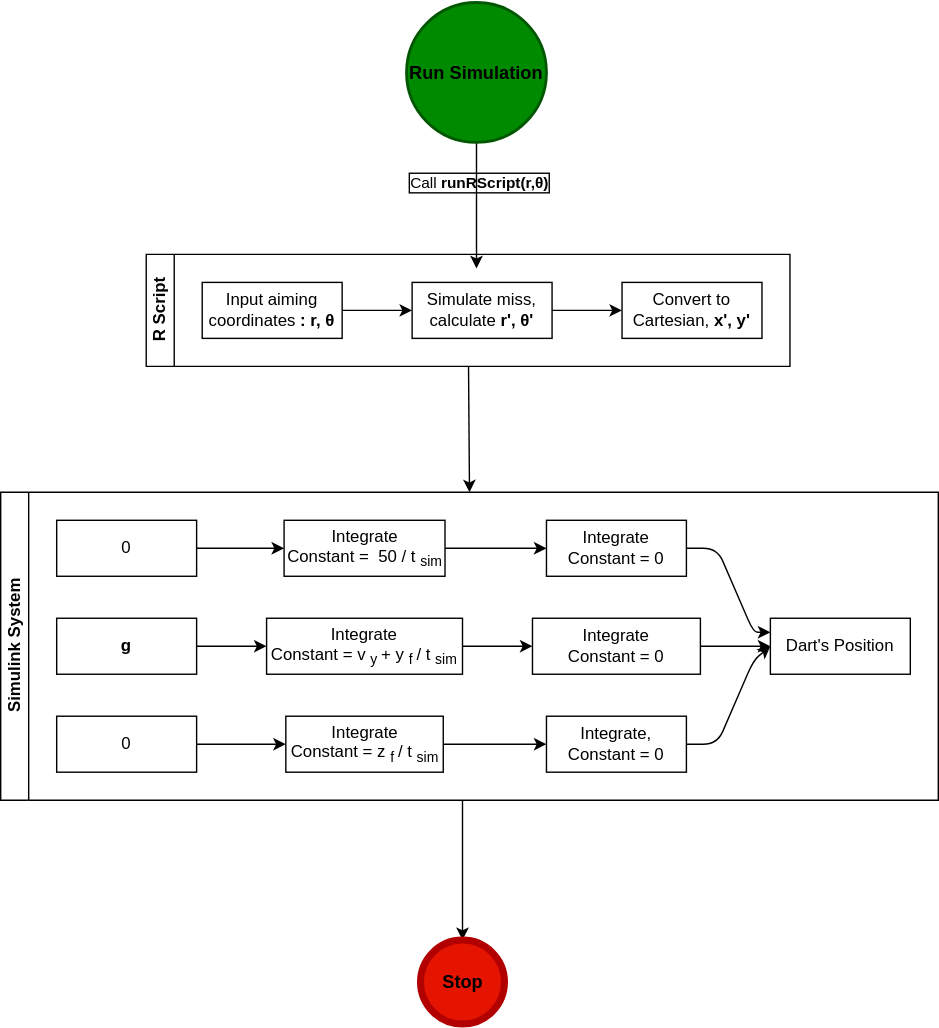
The draw.io diagram img/projFlow.drawio.svg in ojaroker/Darts, before a commit. Source tidied: cells renumbered, new cells last; positions are measured from the earlier drawing's top-left corner, leaving out a move shared by most shapes.
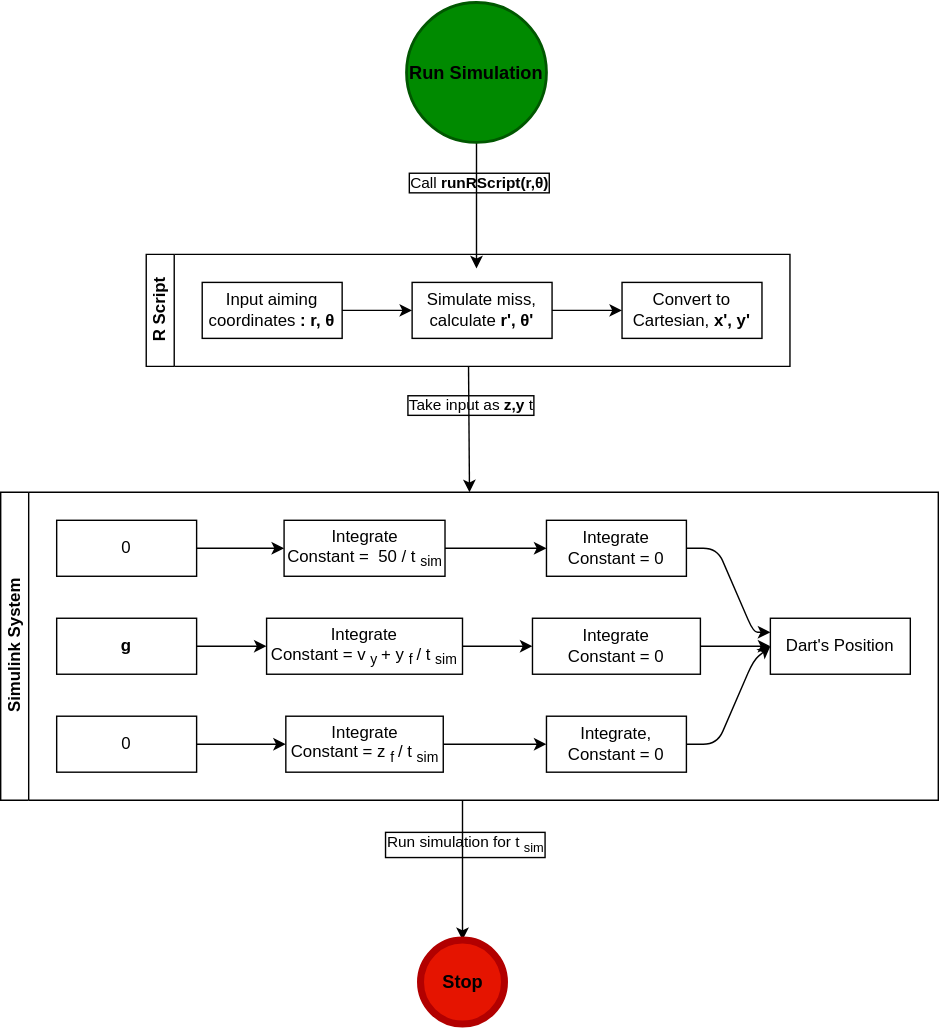
The same diagram one commit later.

The edit, as a diff of the source:
```diff
@@ -16,6 +16,9 @@
     <mxCell id="5" style="edgeStyle=none;html=1;entryX=0.5;entryY=0;entryDx=0;entryDy=0;fontColor=#000000;" parent="1" edge="1" source="6" target="13">
       <mxGeometry relative="1" as="geometry" />
     </mxCell>
+    <mxCell id="44" value="Take input as &lt;b&gt;z,y&lt;/b&gt;t" style="edgeLabel;html=1;align=center;verticalAlign=middle;fontColor=#000000;labelBorderColor=default;labelBackgroundColor=none;" parent="5" vertex="1">
+      <mxGeometry x="-0.39" y="1" relative="1" as="geometry" />
+    </mxCell>
     <mxCell id="6" value="R Script" style="swimlane;html=1;startSize=20;horizontal=0;flowOrientation=west;interRankCellSpacing=50;containerType=tree;fontSize=12;" parent="1" vertex="1">
       <mxGeometry x="104" y="180" width="460" height="80" as="geometry" />
     </mxCell>
@@ -49,6 +52,9 @@
         <mxPoint x="330" y="570" as="sourcePoint" />
       </mxGeometry>
     </mxCell>
+    <mxCell id="45" value="Run simulation for t&lt;sub&gt;sim&lt;/sub&gt;" style="edgeLabel;html=1;align=center;verticalAlign=middle;fontColor=#000000;labelBorderColor=default;labelBackgroundColor=none;" parent="12" vertex="1">
+      <mxGeometry x="-0.37" y="1" relative="1" as="geometry" />
+    </mxCell>
     <mxCell id="13" value="Simulink System" style="swimlane;html=1;startSize=20;horizontal=0;flowOrientation=west;interRankCellSpacing=50;containerType=tree;fontSize=12;" parent="1" vertex="1">
       <mxGeometry y="350" width="670" height="220" as="geometry" />
     </mxCell>
```
